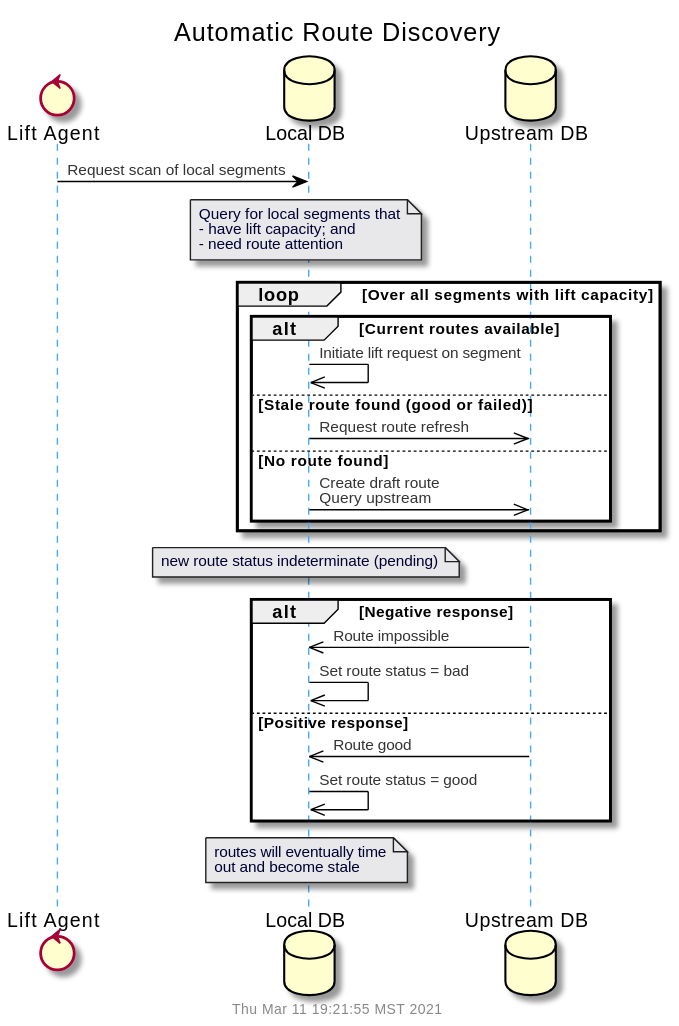
Before: doc/uml/seq-route-auto.svg, a diagram exported from PlantUML (gotchoices/MyCHIPs).
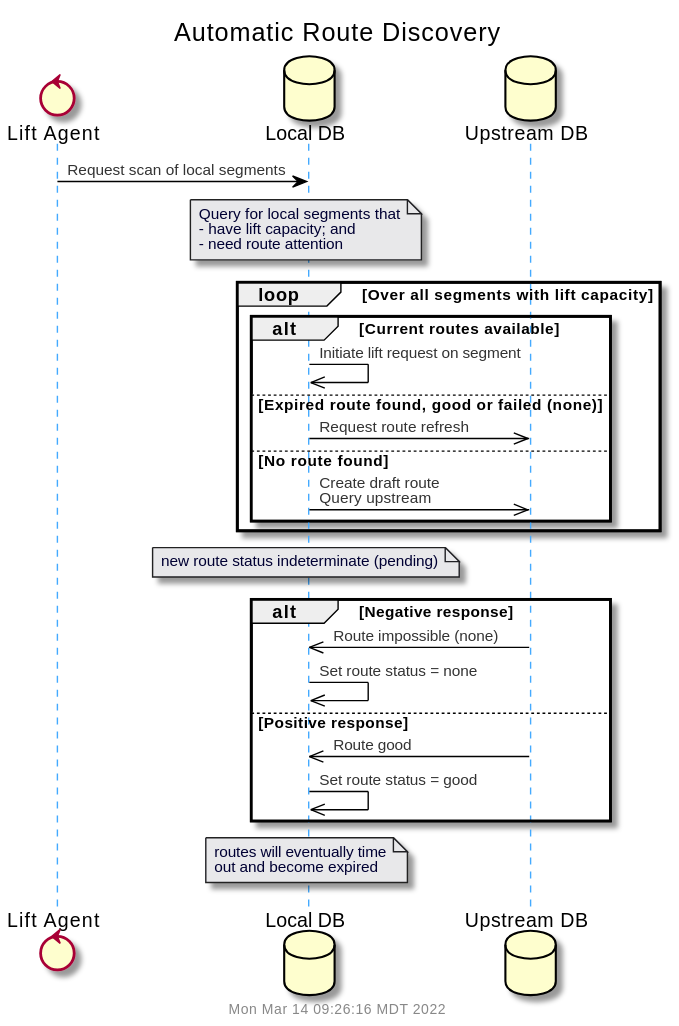
The same diagram one commit later.

Change to the diagram source:
```diff
@@ -17,7 +17,7 @@
   alt Current routes available
     localDB	->>	localDB:	Initiate lift request on segment
 
-  else Stale route found (good or failed)
+  else Expired route found, good or failed (none)
     localDB	->>	upDB:		Request route refresh
 
   else No route found
@@ -29,14 +29,14 @@
   note over localDB: new route status indeterminate (pending)
 
 alt Negative response
-  upDB	->>	localDB:		Route impossible
-  localDB	->>	localDB:	Set route status = bad
+  upDB	->>	localDB:		Route impossible (none)
+  localDB	->>	localDB:	Set route status = none
 
 else Positive response
   upDB	->>	localDB:		Route good
   localDB	->>	localDB:	Set route status = good
 
 end
-  note over localDB: routes will eventually time\nout and become stale
+  note over localDB: routes will eventually time\nout and become expired
 
 @enduml
```
